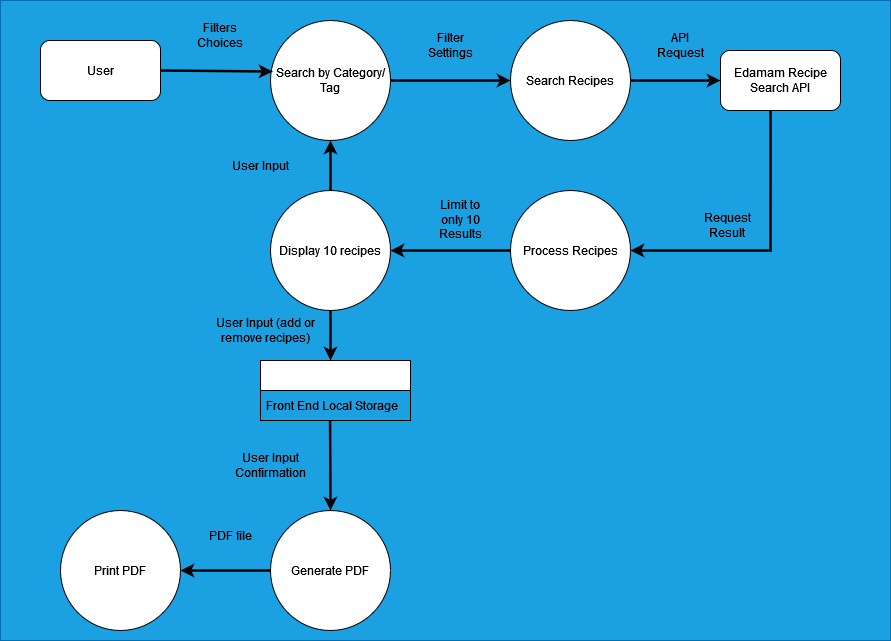
Before: docs/Epic1&2.png, a diagram exported from draw.io (jmcaluyafuentes/diet-delight-frontend). Source tidied: cells renumbered, new cells last; positions are measured from the earlier drawing's top-left corner, leaving out a move shared by most shapes.
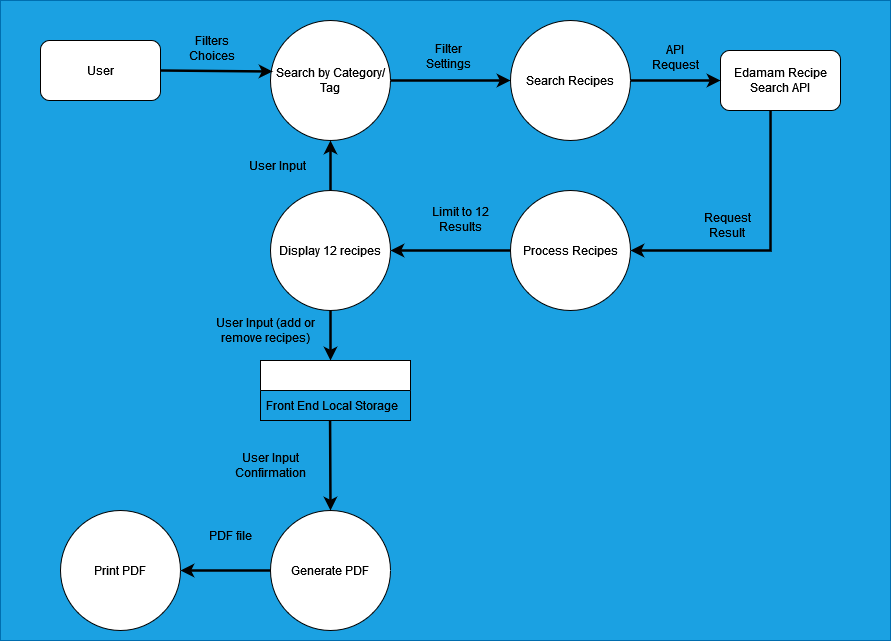
After the change.

The edit, as a diff of the source:
```diff
@@ -29,7 +29,7 @@
     <mxCell id="10" value="Process Recipes" style="ellipse;whiteSpace=wrap;html=1;" parent="1" vertex="1">
       <mxGeometry x="510" y="190" width="120" height="120" as="geometry" />
     </mxCell>
-    <mxCell id="11" value="Display 10 recipes" style="ellipse;whiteSpace=wrap;html=1;" parent="1" vertex="1">
+    <mxCell id="11" value="Display 12 recipes" style="ellipse;whiteSpace=wrap;html=1;" parent="1" vertex="1">
       <mxGeometry x="270" y="190" width="120" height="120" as="geometry" />
     </mxCell>
     <mxCell id="12" value="Generate PDF" style="ellipse;whiteSpace=wrap;html=1;" parent="1" vertex="1">
@@ -39,15 +39,15 @@
       <mxGeometry x="60" y="510" width="120" height="120" as="geometry" />
     </mxCell>
     <mxCell id="14" value="Filter Settings" style="text;html=1;align=center;verticalAlign=middle;whiteSpace=wrap;rounded=0;" parent="1" vertex="1">
-      <mxGeometry x="420" y="30" width="60" height="30" as="geometry" />
+      <mxGeometry x="418" y="41" width="60" height="30" as="geometry" />
     </mxCell>
     <mxCell id="15" value="API Request" style="text;html=1;align=center;verticalAlign=middle;whiteSpace=wrap;rounded=0;" parent="1" vertex="1">
-      <mxGeometry x="650" y="30" width="60" height="30" as="geometry" />
+      <mxGeometry x="645" y="42" width="60" height="30" as="geometry" />
     </mxCell>
     <mxCell id="16" value="Request Result" style="text;html=1;align=center;verticalAlign=middle;whiteSpace=wrap;rounded=0;" parent="1" vertex="1">
       <mxGeometry x="697" y="210" width="60" height="30" as="geometry" />
     </mxCell>
-    <mxCell id="17" value="Limit to only 10 Results" style="text;html=1;align=center;verticalAlign=middle;whiteSpace=wrap;rounded=0;" parent="1" vertex="1">
+    <mxCell id="17" value="Limit to 12 Results" style="text;html=1;align=center;verticalAlign=middle;whiteSpace=wrap;rounded=0;" parent="1" vertex="1">
       <mxGeometry x="430" y="204" width="60" height="30" as="geometry" />
     </mxCell>
     <mxCell id="18" value="User Input (add or remove recipes)" style="text;html=1;align=center;verticalAlign=middle;whiteSpace=wrap;rounded=0;" parent="1" vertex="1">
@@ -57,7 +57,7 @@
       <mxGeometry x="200" y="520" width="60" height="30" as="geometry" />
     </mxCell>
     <mxCell id="20" value="Filters Choices" style="text;html=1;align=center;verticalAlign=middle;whiteSpace=wrap;rounded=0;" parent="1" vertex="1">
-      <mxGeometry x="190" y="20" width="60" height="30" as="geometry" />
+      <mxGeometry x="182" y="33" width="60" height="30" as="geometry" />
     </mxCell>
     <mxCell id="21" style="endArrow=classic;html=1;rounded=0;strokeWidth=2.5;exitX=0.5;exitY=1;exitDx=0;exitDy=0;" parent="1" edge="1" source="11">
       <mxGeometry relative="1" as="geometry">
@@ -81,7 +81,7 @@
       <mxGeometry relative="1" as="geometry" />
     </mxCell>
     <mxCell id="26" value="User Input" style="text;html=1;align=center;verticalAlign=middle;whiteSpace=wrap;rounded=0;" parent="1" vertex="1">
-      <mxGeometry x="230" y="150" width="60" height="30" as="geometry" />
+      <mxGeometry x="247" y="150" width="60" height="30" as="geometry" />
     </mxCell>
     <mxCell id="27" style="swimlane;fontStyle=0;horizontal=1;startSize=30;whiteSpace=wrap;html=1;" parent="1" vertex="1">
       <mxGeometry x="260" y="360" width="150" height="60" as="geometry" />
```
